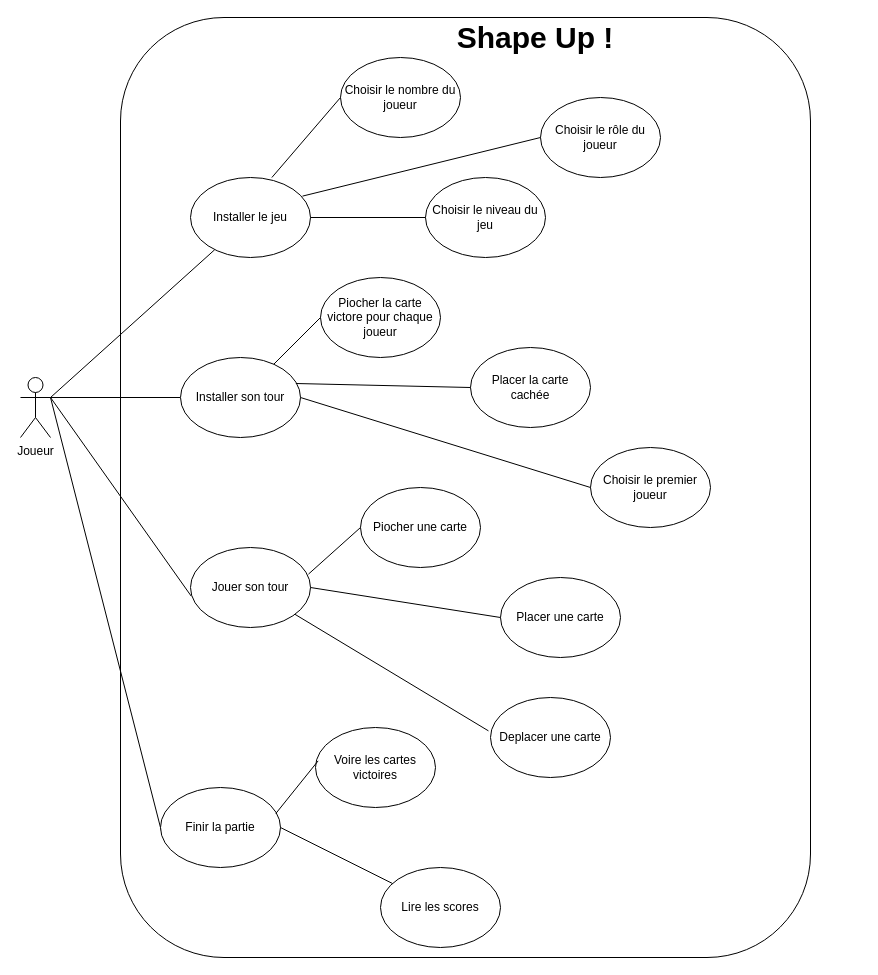
Above: useCase.drawio in codingTheWorld777/Diagrams-Project_SHAPE_UP (draw.io), before the change. Source tidied: cells renumbered, new cells numbered last; positions are measured from the earlier drawing's top-left corner, leaving out a move shared by most shapes. Both pictures are drawn from the tidied source at 100%, with x=0, y=0 at pixel (20, 17).
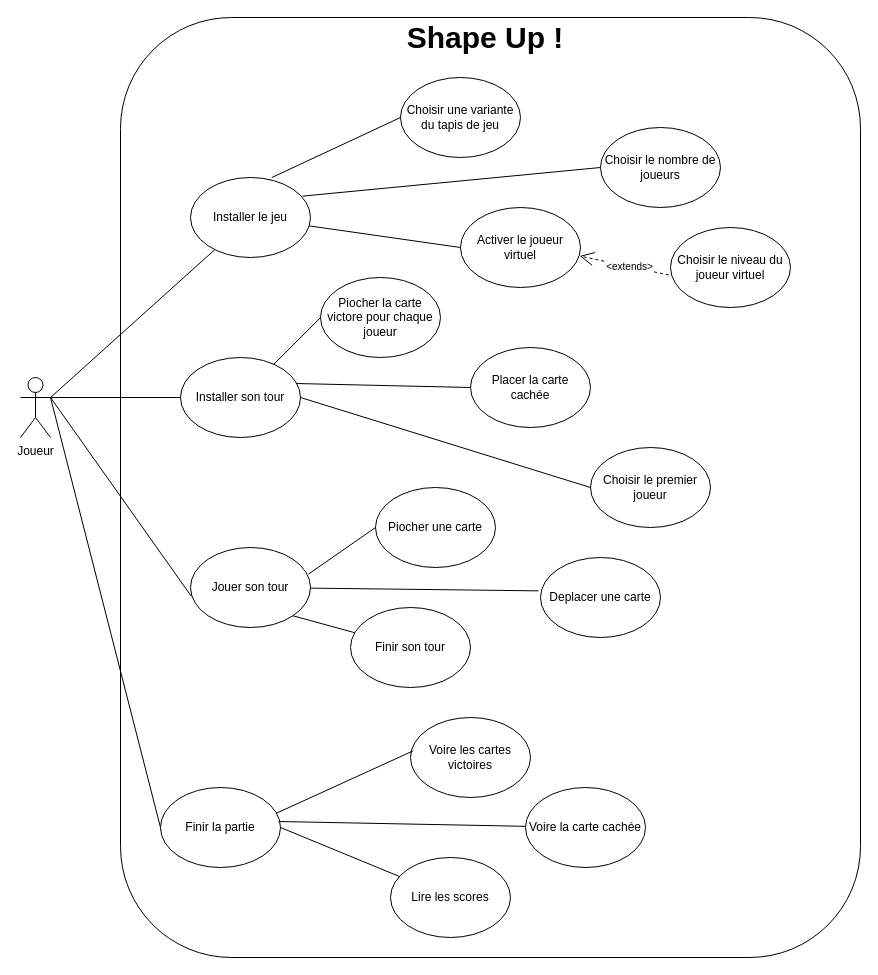
Above is the later version.

The change refers to these unchanged cells:
```xml
<mxCell id="10" value="Jouer son tour" style="ellipse;whiteSpace=wrap;html=1;" parent="1" vertex="1">
  <mxGeometry x="170" y="530" width="120" height="80" as="geometry" />
</mxCell>
<mxCell id="14" value="Finir la partie" style="ellipse;whiteSpace=wrap;html=1;" parent="1" vertex="1">
  <mxGeometry x="140" y="770" width="120" height="80" as="geometry" />
</mxCell>
```

What changed in the source:
```diff
@@
     <mxCell id="2" style="rounded=1;whiteSpace=wrap;html=1;" parent="1" vertex="1">
-      <mxGeometry x="100" width="690" height="940" as="geometry" />
+      <mxGeometry x="100" width="740" height="940" as="geometry" />
     </mxCell>
@@
-    <mxCell id="11" value="Choisir le rôle du joueur" style="ellipse;whiteSpace=wrap;html=1;" parent="1" vertex="1">
-      <mxGeometry x="520" y="80" width="120" height="80" as="geometry" />
+    <mxCell id="11" value="Choisir le nombre de joueurs" style="ellipse;whiteSpace=wrap;html=1;" parent="1" vertex="1">
+      <mxGeometry x="580" y="110" width="120" height="80" as="geometry" />
     </mxCell>
-    <mxCell id="12" value="Choisir le niveau du jeu" style="ellipse;whiteSpace=wrap;html=1;" parent="1" vertex="1">
-      <mxGeometry x="405" y="160" width="120" height="80" as="geometry" />
+    <mxCell id="12" value="Activer le joueur virtuel" style="ellipse;whiteSpace=wrap;html=1;" parent="1" vertex="1">
+      <mxGeometry x="440" y="190" width="120" height="80" as="geometry" />
     </mxCell>
-    <mxCell id="13" value="Choisir le nombre du joueur" style="ellipse;whiteSpace=wrap;html=1;" parent="1" vertex="1">
-      <mxGeometry x="320" y="40" width="120" height="80" as="geometry" />
+    <mxCell id="13" value="Choisir une variante du tapis de jeu" style="ellipse;whiteSpace=wrap;html=1;" parent="1" vertex="1">
+      <mxGeometry x="380" y="60" width="120" height="80" as="geometry" />
     </mxCell>
@@
     <mxCell id="17" value="Piocher une carte" style="ellipse;whiteSpace=wrap;html=1;" parent="1" vertex="1">
-      <mxGeometry x="340" y="470" width="120" height="80" as="geometry" />
+      <mxGeometry x="355" y="470" width="120" height="80" as="geometry" />
     </mxCell>
-    <mxCell id="18" value="Placer une carte" style="ellipse;whiteSpace=wrap;html=1;" parent="1" vertex="1">
-      <mxGeometry x="480" y="560" width="120" height="80" as="geometry" />
-    </mxCell>
     <mxCell id="19" value="Deplacer une carte" style="ellipse;whiteSpace=wrap;html=1;" parent="1" vertex="1">
-      <mxGeometry x="470" y="680" width="120" height="80" as="geometry" />
+      <mxGeometry x="520" y="540" width="120" height="80" as="geometry" />
     </mxCell>
     <mxCell id="20" value="Voire les cartes victoires" style="ellipse;whiteSpace=wrap;html=1;" parent="1" vertex="1">
-      <mxGeometry x="295" y="710" width="120" height="80" as="geometry" />
+      <mxGeometry x="390" y="700" width="120" height="80" as="geometry" />
     </mxCell>
     <mxCell id="21" value="Lire les scores" style="ellipse;whiteSpace=wrap;html=1;" parent="1" vertex="1">
-      <mxGeometry x="360" y="850" width="120" height="80" as="geometry" />
+      <mxGeometry x="370" y="840" width="120" height="80" as="geometry" />
     </mxCell>
@@
-    <mxCell id="28" style="endArrow=none;html=1;exitX=1;exitY=0.5;exitDx=0;exitDy=0;entryX=0;entryY=0.5;entryDx=0;entryDy=0;" parent="1" edge="1" source="10" target="18">
-      <mxGeometry relative="1" as="geometry" />
-    </mxCell>
@@
     <mxCell id="32" value="&lt;font size=&quot;1&quot;&gt;&lt;b style=&quot;font-size: 30px&quot;&gt;Shape Up !&lt;/b&gt;&lt;/font&gt;" style="text;html=1;strokeColor=none;fillColor=none;align=center;verticalAlign=middle;whiteSpace=wrap;rounded=0;" parent="1" vertex="1">
-      <mxGeometry x="405" width="220" height="40" as="geometry" />
+      <mxGeometry x="355" width="220" height="40" as="geometry" />
     </mxCell>
@@
+    <mxCell id="35" style="endArrow=none;html=1;exitX=0.983;exitY=0.425;exitDx=0;exitDy=0;exitPerimeter=0;" parent="1" edge="1" source="14" target="36">
+      <mxGeometry relative="1" as="geometry" />
+    </mxCell>
+    <mxCell id="36" value="Voire la carte cachée" style="ellipse;whiteSpace=wrap;html=1;" parent="1" vertex="1">
+      <mxGeometry x="505" y="770" width="120" height="80" as="geometry" />
+    </mxCell>
+    <mxCell id="37" value="&lt;font style=&quot;font-size: 10px&quot;&gt;&amp;lt;extends&amp;gt;&lt;/font&gt;" style="endArrow=open;endSize=12;dashed=1;html=1;entryX=0.993;entryY=0.606;entryDx=0;entryDy=0;entryPerimeter=0;exitX=0.083;exitY=0.625;exitDx=0;exitDy=0;exitPerimeter=0;" parent="1" edge="1" source="38" target="12">
+      <mxGeometry relative="1" as="geometry" />
+    </mxCell>
+    <mxCell id="38" value="Choisir le niveau du joueur virtuel" style="ellipse;whiteSpace=wrap;html=1;" parent="1" vertex="1">
+      <mxGeometry x="650" y="210" width="120" height="80" as="geometry" />
+    </mxCell>
+    <mxCell id="39" value="Finir son tour" style="ellipse;whiteSpace=wrap;html=1;" parent="1" vertex="1">
+      <mxGeometry x="330" y="590" width="120" height="80" as="geometry" />
+    </mxCell>
+    <mxCell id="40" style="endArrow=none;html=1;exitX=1;exitY=1;exitDx=0;exitDy=0;" parent="1" edge="1" source="10" target="39">
+      <mxGeometry relative="1" as="geometry" />
+    </mxCell>
```
